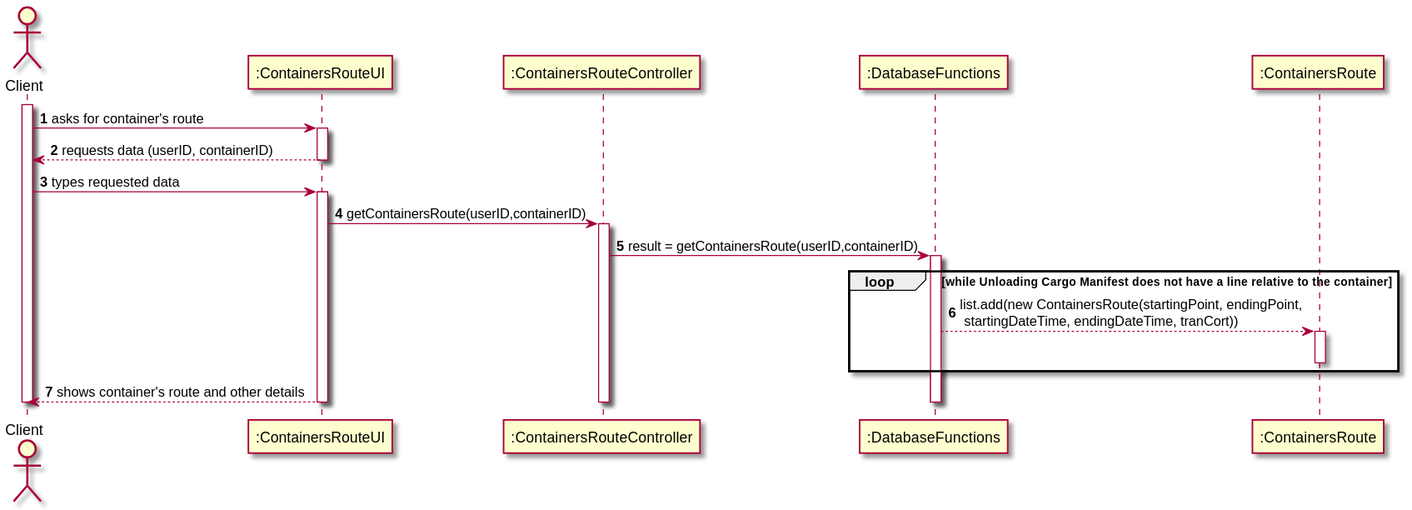
This is docs/Sprint 3/US/US305/US305_SD.svg from 1190772/LAB-Project-3, a PlantUML export, as it was before one commit.
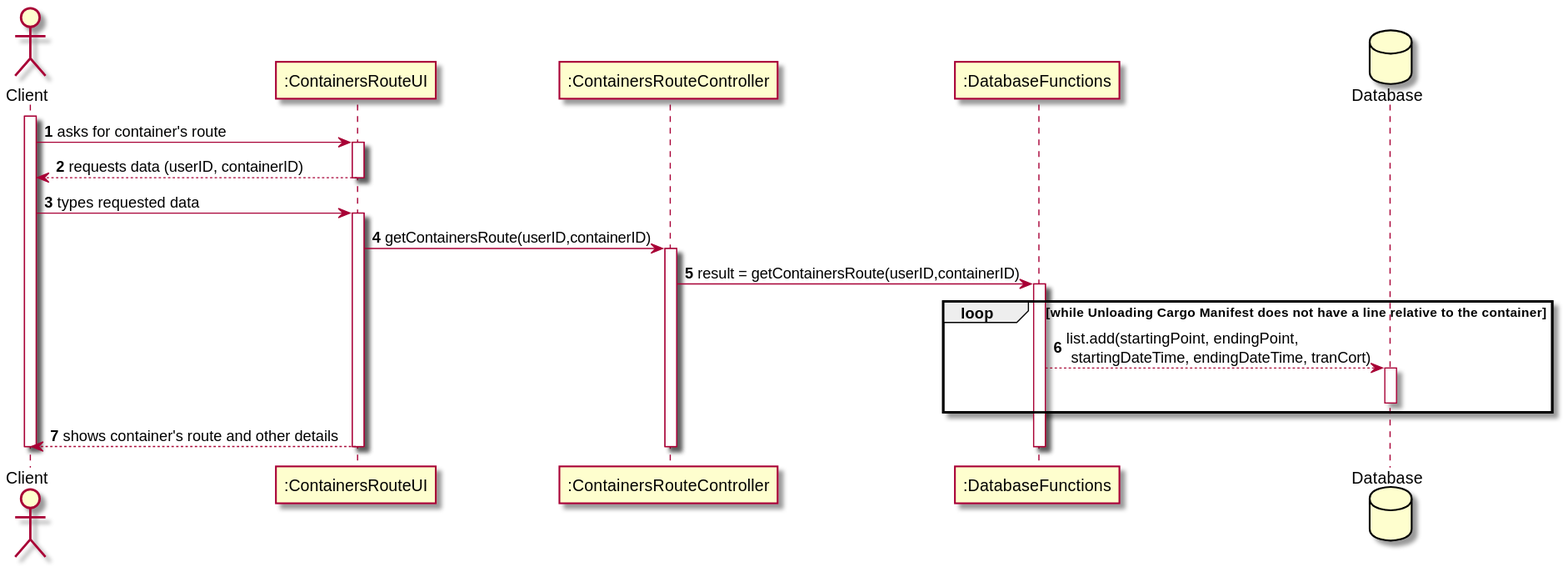
The same file after the commit.

The edit, as a diff of the source:
```diff
@@ -7,7 +7,7 @@
 participant ":ContainersRouteUI" as UI
 participant ":ContainersRouteController" as CTRL
 participant ":DatabaseFunctions" as DBF
-participant ":ContainersRoute" as CR
+Database Database as DB
 
 activate C
 C -> UI : asks for container's route
@@ -30,9 +30,9 @@
 
 loop while Unloading Cargo Manifest does not have a line relative to the container
 
-    DBF --> CR : list.add(new ContainersRoute(startingPoint, endingPoint,\n startingDateTime, endingDateTime, tranCort))
-    activate CR
-    deactivate CR
+    DBF --> DB : list.add(startingPoint, endingPoint,\n startingDateTime, endingDateTime, tranCort)
+    activate DB
+    deactivate DB
 end
 
 "UI" --> C : shows container's route and other details
```
